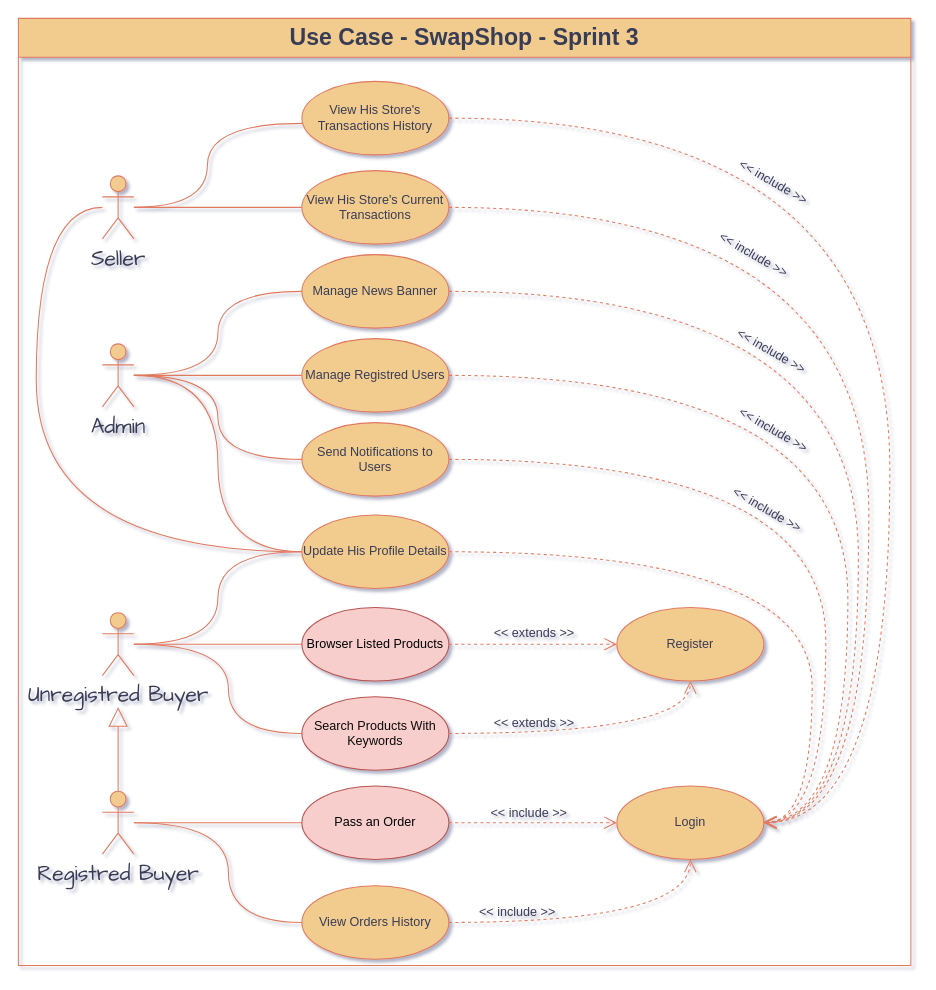
Earlier version of the draw.io diagram Project Documentations/Conception/Modélisation UML/Analyse/Use Case Diagram - Sprint 3.drawio (AhmedTrabelsy/SwapShop). Source tidied: cells renumbered, new cells numbered last; positions are measured from the earlier drawing's top-left corner, leaving out a move shared by most shapes. Both pictures are drawn from the tidied source at 105%, with x=0, y=0 at pixel (18, 18).
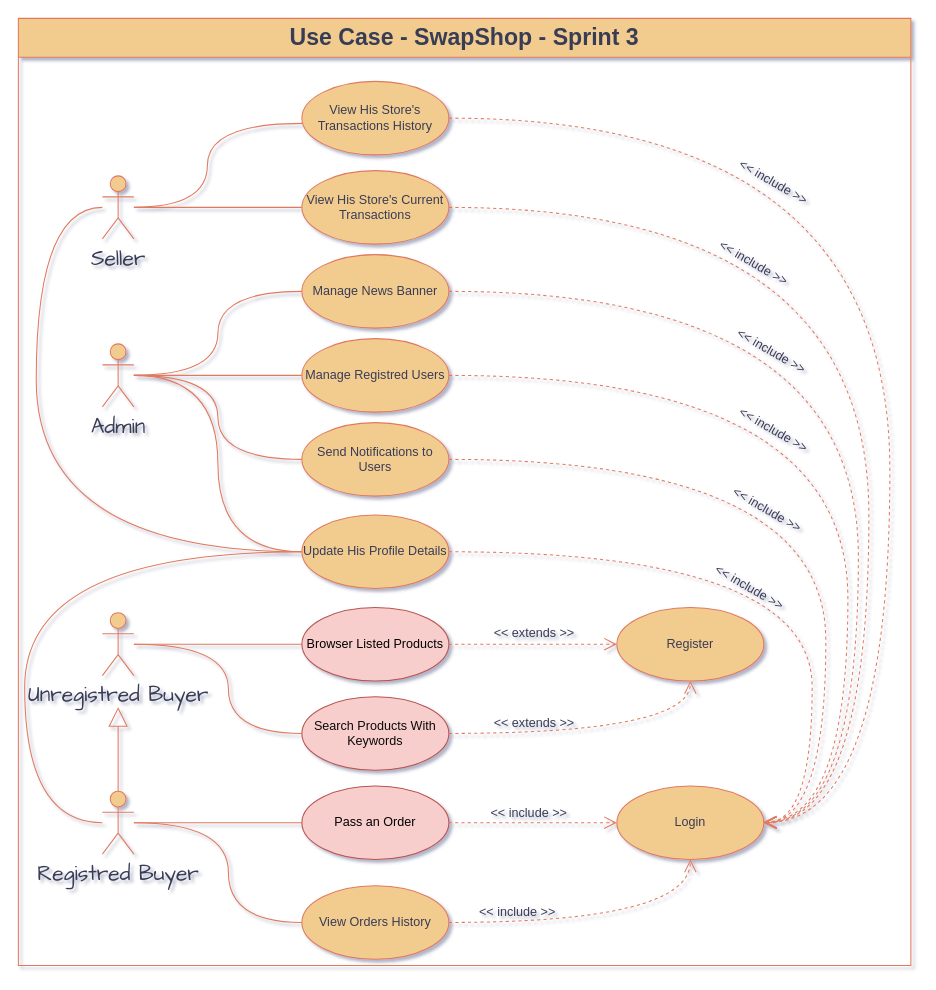
After the change.

Commit message:
fix the use case diagram connection

The change refers to these unchanged cells:
```xml
<mxCell id="11" value="Unregistred Buyer" style="shape=umlActor;verticalLabelPosition=bottom;verticalAlign=top;html=1;outlineConnect=0;hachureGap=4;strokeColor=#E07A5F;fontFamily=Architects Daughter;fontSize=20;fontColor=#393C56;fillColor=#F2CC8F;labelBackgroundColor=none;" parent="1" vertex="1">
  <mxGeometry x="80" y="566" width="30" height="60" as="geometry" />
</mxCell>
<mxCell id="14" value="Registred Buyer" style="shape=umlActor;verticalLabelPosition=bottom;verticalAlign=top;html=1;outlineConnect=0;hachureGap=4;strokeColor=#E07A5F;fontFamily=Architects Daughter;fontSize=20;fontColor=#393C56;fillColor=#F2CC8F;labelBackgroundColor=none;" parent="1" vertex="1">
  <mxGeometry x="80" y="736" width="30" height="60" as="geometry" />
</mxCell>
<mxCell id="42" value="&lt;font style=&quot;font-size: 22px;&quot;&gt;Use Case - SwapShop - Sprint 3&lt;/font&gt;" style="swimlane;whiteSpace=wrap;html=1;strokeColor=#E07A5F;fontColor=#393C56;fillColor=#F2CC8F;startSize=37;" parent="1" vertex="1">
  <mxGeometry width="850" height="902" as="geometry" />
</mxCell>
<mxCell id="44" value="Update His Profile Details" style="ellipse;whiteSpace=wrap;html=1;strokeColor=#E07A5F;fontColor=#393C56;fillColor=#F2CC8F;labelBackgroundColor=none;" parent="42" vertex="1">
  <mxGeometry x="270" y="473" width="140" height="70" as="geometry" />
</mxCell>
```

Change to the diagram source:
```diff
@@
-    <mxCell id="5" style="edgeStyle=orthogonalEdgeStyle;jettySize=auto;html=1;strokeColor=#E07A5F;fontColor=#393C56;fillColor=#F2CC8F;endArrow=none;endFill=0;curved=1;entryX=0;entryY=0.5;entryDx=0;entryDy=0;" parent="1" edge="1" source="11" target="44">
-      <mxGeometry relative="1" as="geometry" />
+    <mxCell id="5" style="edgeStyle=orthogonalEdgeStyle;jettySize=auto;html=1;strokeColor=#E07A5F;fontColor=#393C56;fillColor=#F2CC8F;endArrow=none;endFill=0;curved=1;entryX=0;entryY=0.5;entryDx=0;entryDy=0;" parent="1" edge="1" source="14" target="44">
+      <mxGeometry relative="1" as="geometry">
+        <Array as="points">
+          <mxPoint x="6" y="766" />
+          <mxPoint x="6" y="508" />
+        </Array>
+      </mxGeometry>
     </mxCell>
@@
     <mxCell id="30" value="&amp;lt;&amp;lt; include &amp;gt;&amp;gt;" style="text;html=1;align=center;verticalAlign=middle;strokeColor=none;fillColor=none;fontColor=#393C56;rotation=30;" parent="1" vertex="1">
-      <mxGeometry x="650" y="210" width="100" height="30" as="geometry" />
+      <mxGeometry x="650" y="218" width="100" height="30" as="geometry" />
     </mxCell>
@@
+    <mxCell id="51" value="&amp;lt;&amp;lt; include &amp;gt;&amp;gt;" style="text;html=1;align=center;verticalAlign=middle;strokeColor=none;fillColor=none;fontColor=#393C56;rotation=30;" parent="42" vertex="1">
+      <mxGeometry x="646" y="527" width="100" height="30" as="geometry" />
+    </mxCell>
```
